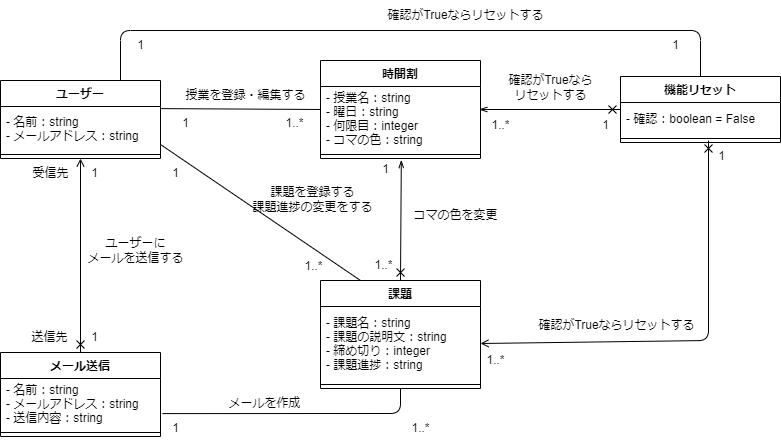
Before: 構造図/クラス図/クラス図＿属性のみ.drawio.png, a diagram exported from draw.io (masaki1234567/psp4). Source tidied: cells renumbered, new cells last; positions are measured from the earlier drawing's top-left corner, leaving out a move shared by most shapes.
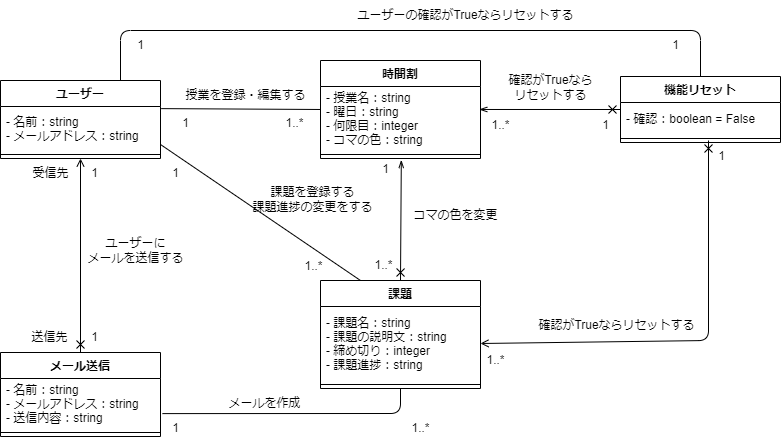
After the change.

The edit, as a diff of the source:
```diff
@@ -116,8 +116,8 @@
     <mxCell id="36" value="1" style="text;html=1;align=center;verticalAlign=middle;strokeColor=none;fillColor=none;" parent="1" vertex="1">
       <mxGeometry x="660" y="30" width="30" height="30" as="geometry" />
     </mxCell>
-    <mxCell id="37" value="確認がTrueならリセットする" style="text;html=1;align=center;verticalAlign=middle;strokeColor=none;fillColor=none;" parent="1" vertex="1">
-      <mxGeometry x="375" width="180" height="30" as="geometry" />
+    <mxCell id="37" value="ユーザーの確認がTrueならリセットする" style="text;html=1;align=center;verticalAlign=middle;strokeColor=none;fillColor=none;" parent="1" vertex="1">
+      <mxGeometry x="345" width="240" height="30" as="geometry" />
     </mxCell>
     <mxCell id="38" style="edgeStyle=none;html=1;exitX=1;exitY=0.5;exitDx=0;exitDy=0;startArrow=open;startFill=0;endArrow=cross;endFill=0;" parent="1" edge="1" source="7">
       <mxGeometry relative="1" as="geometry">
```
